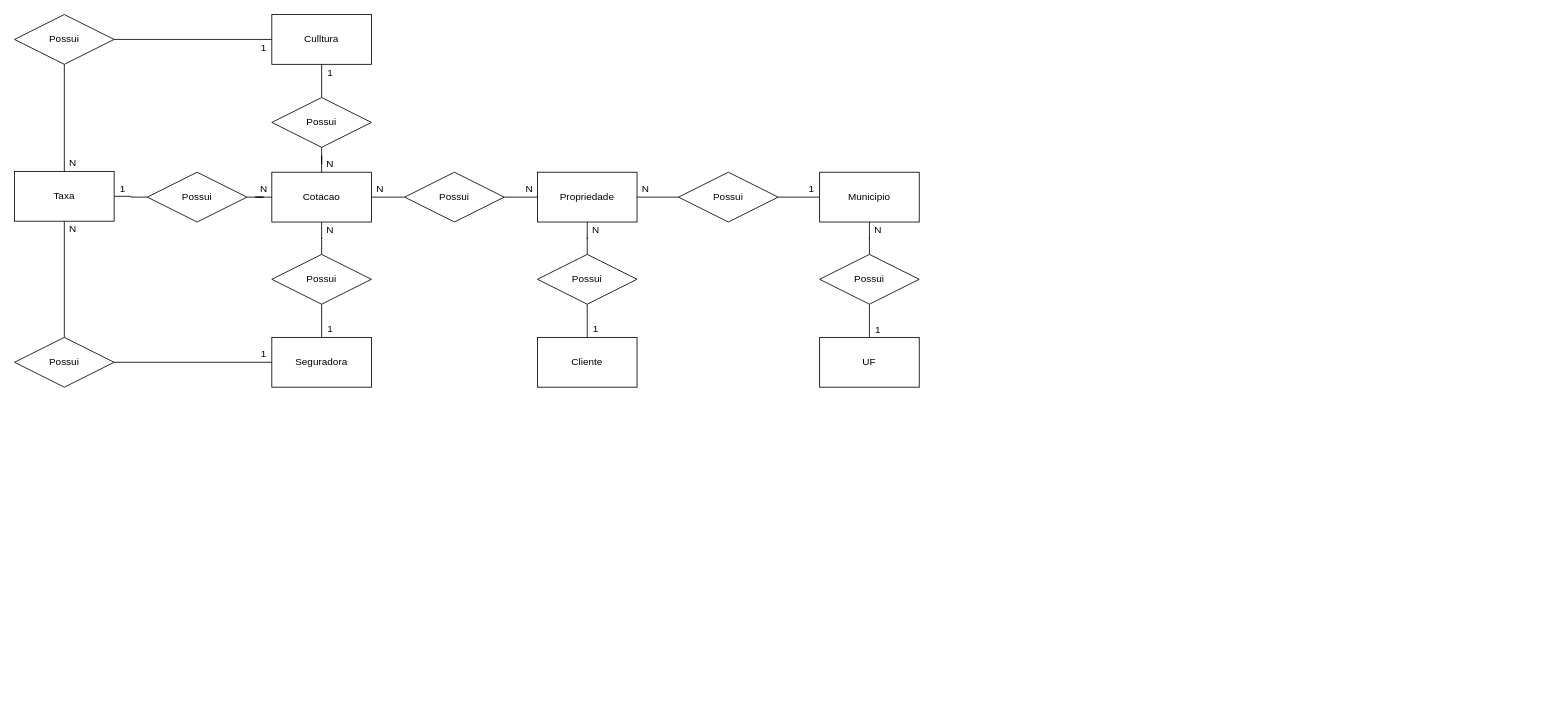
Earlier version of the draw.io diagram page "conceitual" (1 of 2) of Banco de dados/Modelagem.drawio (TecnologiaAmana/Cotador-1.0). Source tidied: cells renumbered, new cells numbered last; positions are measured from the earlier drawing's top-left corner, leaving out a move shared by most shapes. Both pictures are drawn from the tidied source at 83%, with x=0, y=0 at pixel (14, 14).
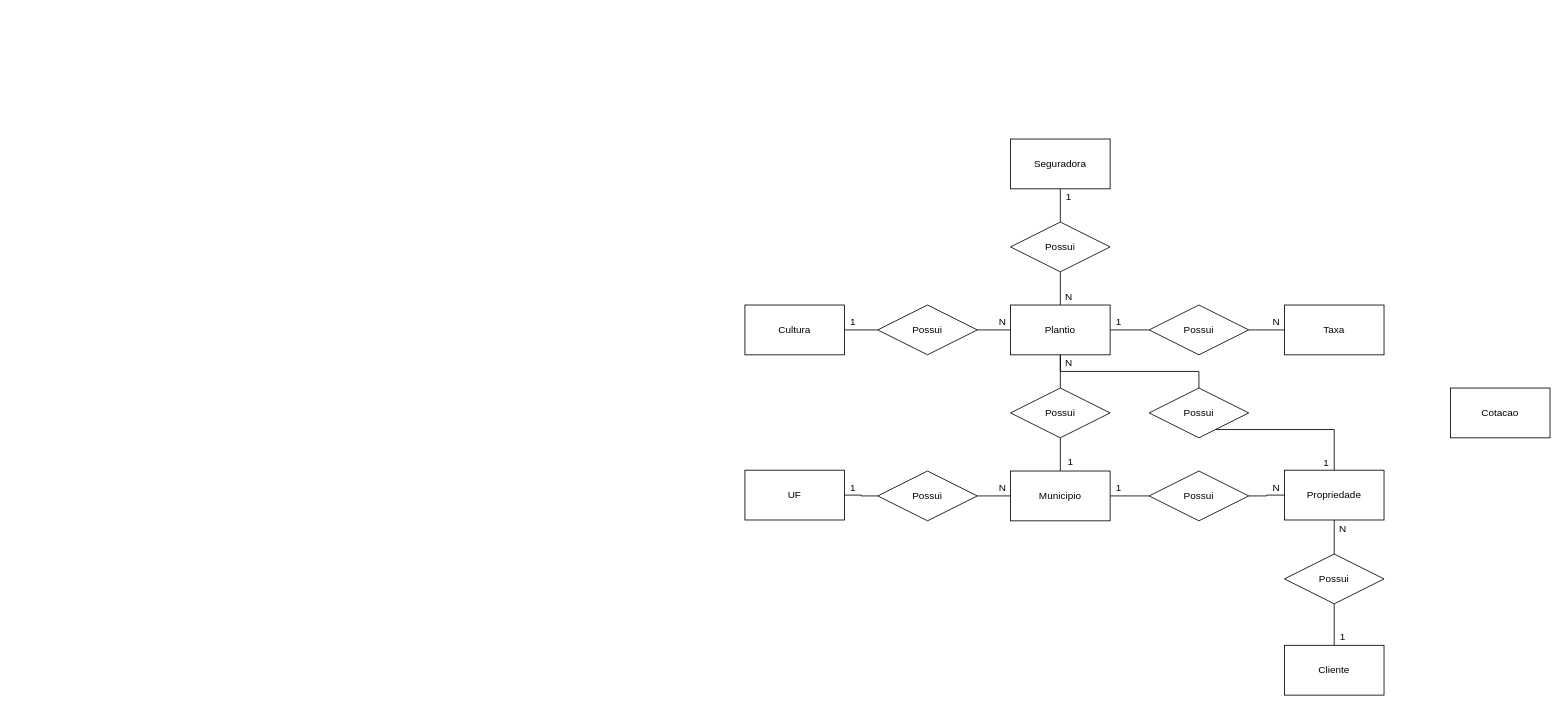
After the change.

Change to the diagram source:
```diff
@@
+    <mxCell id="55" style="edgeStyle=orthogonalEdgeStyle;rounded=0;jettySize=auto;html=1;endArrow=none;endFill=0;" parent="1" edge="1" source="17" target="86">
+      <mxGeometry relative="1" as="geometry" />
+    </mxCell>
+    <mxCell id="17" value="Cliente" style="whiteSpace=wrap;html=1;" parent="1" vertex="1">
+      <mxGeometry x="1530" y="760" width="120" height="60" as="geometry" />
+    </mxCell>
+    <mxCell id="56" style="edgeStyle=orthogonalEdgeStyle;rounded=0;jettySize=auto;html=1;endArrow=none;endFill=0;" parent="1" edge="1" source="2" target="94">
+      <mxGeometry relative="1" as="geometry">
+        <Array as="points">
+          <mxPoint x="1590" y="500" />
+        </Array>
+      </mxGeometry>
+    </mxCell>
-    <mxCell id="2" value="Propriedade" style="rounded=0;whiteSpace=wrap;html=1;" parent="1" vertex="1">
-      <mxGeometry x="630" y="190" width="120" height="60" as="geometry" />
+    <mxCell id="2" value="Propriedade" style="whiteSpace=wrap;html=1;" parent="1" vertex="1">
+      <mxGeometry x="1530" y="549" width="120" height="60" as="geometry" />
     </mxCell>
+    <mxCell id="7" value="Seguradora" style="whiteSpace=wrap;html=1;" parent="1" vertex="1">
+      <mxGeometry x="1200" y="150" width="120" height="60" as="geometry" />
+    </mxCell>
+    <mxCell id="57" style="edgeStyle=orthogonalEdgeStyle;rounded=0;jettySize=auto;html=1;endArrow=none;endFill=0;" parent="1" edge="1" source="58" target="90">
+      <mxGeometry relative="1" as="geometry" />
+    </mxCell>
+    <mxCell id="58" value="Plantio" style="whiteSpace=wrap;html=1;" parent="1" vertex="1">
+      <mxGeometry x="1200" y="350" width="120" height="60" as="geometry" />
+    </mxCell>
+    <mxCell id="59" style="edgeStyle=orthogonalEdgeStyle;rounded=0;jettySize=auto;html=1;endArrow=none;endFill=0;" parent="1" edge="1" source="44" target="78">
+      <mxGeometry relative="1" as="geometry" />
+    </mxCell>
+    <mxCell id="44" value="UF" style="whiteSpace=wrap;html=1;" parent="1" vertex="1">
+      <mxGeometry x="880" y="549" width="120" height="60" as="geometry" />
+    </mxCell>
+    <mxCell id="14" value="Cotacao" style="whiteSpace=wrap;html=1;" parent="1" vertex="1">
+      <mxGeometry x="1730" y="450" width="120" height="60" as="geometry" />
+    </mxCell>
+    <mxCell id="31" value="Taxa" style="whiteSpace=wrap;html=1;" parent="1" vertex="1">
+      <mxGeometry x="1530" y="350" width="120" height="60" as="geometry" />
+    </mxCell>
+    <mxCell id="60" style="edgeStyle=orthogonalEdgeStyle;rounded=0;jettySize=auto;html=1;endArrow=none;endFill=0;" parent="1" edge="1" source="61" target="74">
+      <mxGeometry relative="1" as="geometry" />
+    </mxCell>
+    <mxCell id="61" value="Cultura" style="whiteSpace=wrap;html=1;" parent="1" vertex="1">
+      <mxGeometry x="880" y="350" width="120" height="60" as="geometry" />
+    </mxCell>
+    <mxCell id="62" style="edgeStyle=orthogonalEdgeStyle;rounded=0;jettySize=auto;html=1;endArrow=none;endFill=0;" parent="1" edge="1" source="3" target="82">
+      <mxGeometry relative="1" as="geometry" />
+    </mxCell>
-    <mxCell id="3" value="Municipio" style="rounded=0;whiteSpace=wrap;html=1;" parent="1" vertex="1">
-      <mxGeometry x="970" y="190" width="120" height="60" as="geometry" />
+    <mxCell id="3" value="Municipio" style="whiteSpace=wrap;html=1;" parent="1" vertex="1">
+      <mxGeometry x="1200" y="550" width="120" height="60" as="geometry" />
     </mxCell>
-    <mxCell id="4" style="edgeStyle=orthogonalEdgeStyle;rounded=0;jettySize=auto;html=1;endArrow=none;endFill=0;" parent="1" edge="1" source="5" target="52">
-      <mxGeometry relative="1" as="geometry" />
-    </mxCell>
-    <mxCell id="5" value="Culltura" style="rounded=0;whiteSpace=wrap;html=1;" parent="1" vertex="1">
-      <mxGeometry x="310" width="120" height="60" as="geometry" />
-    </mxCell>
-    <mxCell id="6" style="edgeStyle=orthogonalEdgeStyle;rounded=0;jettySize=auto;html=1;endArrow=none;endFill=0;" parent="1" edge="1" source="7" target="35">
-      <mxGeometry relative="1" as="geometry" />
-    </mxCell>
-    <mxCell id="7" value="Seguradora" style="rounded=0;whiteSpace=wrap;html=1;" parent="1" vertex="1">
-      <mxGeometry x="310" y="389" width="120" height="60" as="geometry" />
-    </mxCell>
-    <mxCell id="8" value="1" style="text;html=1;align=center;verticalAlign=middle;strokeColor=none;fillColor=none;" parent="1" vertex="1">
-      <mxGeometry x="950" y="200" width="20" height="20" as="geometry" />
-    </mxCell>
-    <mxCell id="9" value="N" style="text;html=1;align=center;verticalAlign=middle;strokeColor=none;fillColor=none;" parent="1" vertex="1">
-      <mxGeometry x="750" y="200" width="20" height="20" as="geometry" />
-    </mxCell>
-    <mxCell id="10" style="edgeStyle=orthogonalEdgeStyle;rounded=0;jettySize=auto;html=1;endArrow=none;endFill=0;" parent="1" edge="1" source="12" target="2">
-      <mxGeometry relative="1" as="geometry" />
-    </mxCell>
-    <mxCell id="11" style="edgeStyle=orthogonalEdgeStyle;rounded=0;jettySize=auto;html=1;endArrow=none;endFill=0;" parent="1" edge="1" source="12" target="3">
-      <mxGeometry relative="1" as="geometry" />
-    </mxCell>
-    <mxCell id="12" value="Possui" style="shape=rhombus;perimeter=rhombusPerimeter;whiteSpace=wrap;html=1;align=center;" parent="1" vertex="1">
-      <mxGeometry x="800" y="190" width="120" height="60" as="geometry" />
-    </mxCell>
-    <mxCell id="13" style="edgeStyle=orthogonalEdgeStyle;rounded=0;jettySize=auto;html=1;endArrow=none;endFill=0;" parent="1" edge="1" source="14" target="16">
-      <mxGeometry relative="1" as="geometry" />
-    </mxCell>
-    <mxCell id="14" value="Cotacao" style="rounded=0;whiteSpace=wrap;html=1;" parent="1" vertex="1">
-      <mxGeometry x="310" y="190" width="120" height="60" as="geometry" />
-    </mxCell>
-    <mxCell id="15" style="edgeStyle=orthogonalEdgeStyle;rounded=0;jettySize=auto;html=1;endArrow=none;endFill=0;" parent="1" edge="1" source="16" target="7">
-      <mxGeometry relative="1" as="geometry" />
-    </mxCell>
-    <mxCell id="16" value="Possui" style="shape=rhombus;perimeter=rhombusPerimeter;whiteSpace=wrap;html=1;align=center;" parent="1" vertex="1">
-      <mxGeometry x="310" y="289" width="120" height="60" as="geometry" />
-    </mxCell>
-    <mxCell id="17" value="Cliente" style="whiteSpace=wrap;html=1;" parent="1" vertex="1">
-      <mxGeometry x="630" y="389" width="120" height="60" as="geometry" />
-    </mxCell>
-    <mxCell id="18" style="edgeStyle=orthogonalEdgeStyle;rounded=0;jettySize=auto;html=1;endArrow=none;endFill=0;" parent="1" edge="1" source="20" target="17">
-      <mxGeometry relative="1" as="geometry" />
-    </mxCell>
-    <mxCell id="19" style="edgeStyle=orthogonalEdgeStyle;rounded=0;jettySize=auto;html=1;endArrow=none;endFill=0;" parent="1" edge="1" source="20" target="2">
-      <mxGeometry relative="1" as="geometry" />
-    </mxCell>
-    <mxCell id="20" value="Possui" style="shape=rhombus;perimeter=rhombusPerimeter;whiteSpace=wrap;html=1;align=center;" parent="1" vertex="1">
-      <mxGeometry x="630" y="289" width="120" height="60" as="geometry" />
-    </mxCell>
-    <mxCell id="21" value="N" style="text;html=1;align=center;verticalAlign=middle;strokeColor=none;fillColor=none;" parent="1" vertex="1">
-      <mxGeometry x="690" y="250" width="20" height="20" as="geometry" />
-    </mxCell>
-    <mxCell id="22" value="1" style="text;html=1;align=center;verticalAlign=middle;strokeColor=none;fillColor=none;" parent="1" vertex="1">
-      <mxGeometry x="690" y="369" width="20" height="20" as="geometry" />
-    </mxCell>
-    <mxCell id="23" value="1" style="text;html=1;align=center;verticalAlign=middle;strokeColor=none;fillColor=none;" parent="1" vertex="1">
-      <mxGeometry x="370" y="369" width="20" height="20" as="geometry" />
-    </mxCell>
-    <mxCell id="24" style="edgeStyle=orthogonalEdgeStyle;rounded=0;jettySize=auto;html=1;endArrow=none;endFill=0;" parent="1" edge="1" source="25" target="2">
-      <mxGeometry relative="1" as="geometry" />
-    </mxCell>
-    <mxCell id="25" value="Possui" style="shape=rhombus;perimeter=rhombusPerimeter;whiteSpace=wrap;html=1;align=center;" parent="1" vertex="1">
-      <mxGeometry x="470" y="190" width="120" height="60" as="geometry" />
-    </mxCell>
-    <mxCell id="26" value="N" style="text;html=1;align=center;verticalAlign=middle;strokeColor=none;fillColor=none;" parent="1" vertex="1">
-      <mxGeometry x="370" y="250" width="20" height="20" as="geometry" />
-    </mxCell>
-    <mxCell id="27" value="N" style="text;html=1;align=center;verticalAlign=middle;strokeColor=none;fillColor=none;" parent="1" vertex="1">
-      <mxGeometry x="430" y="200" width="20" height="20" as="geometry" />
-    </mxCell>
-    <mxCell id="28" value="N" style="text;html=1;align=center;verticalAlign=middle;strokeColor=none;fillColor=none;" parent="1" vertex="1">
-      <mxGeometry x="610" y="200" width="20" height="20" as="geometry" />
-    </mxCell>
-    <mxCell id="29" style="edgeStyle=orthogonalEdgeStyle;rounded=0;jettySize=auto;html=1;endArrow=none;endFill=0;" parent="1" edge="1" source="31" target="35">
-      <mxGeometry relative="1" as="geometry" />
-    </mxCell>
-    <mxCell id="30" style="edgeStyle=orthogonalEdgeStyle;rounded=0;jettySize=auto;html=1;endArrow=none;endFill=0;" parent="1" edge="1" source="31" target="41">
-      <mxGeometry relative="1" as="geometry" />
-    </mxCell>
-    <mxCell id="31" value="Taxa" style="whiteSpace=wrap;html=1;" parent="1" vertex="1">
-      <mxGeometry y="189" width="120" height="60" as="geometry" />
-    </mxCell>
-    <mxCell id="32" style="edgeStyle=orthogonalEdgeStyle;rounded=0;jettySize=auto;html=1;endArrow=none;endFill=0;" parent="1" edge="1" source="34" target="31">
-      <mxGeometry relative="1" as="geometry" />
-    </mxCell>
-    <mxCell id="33" style="edgeStyle=orthogonalEdgeStyle;rounded=0;jettySize=auto;html=1;endArrow=none;endFill=0;" parent="1" edge="1" source="34" target="5">
-      <mxGeometry relative="1" as="geometry" />
-    </mxCell>
-    <mxCell id="34" value="Possui" style="shape=rhombus;perimeter=rhombusPerimeter;whiteSpace=wrap;html=1;align=center;" parent="1" vertex="1">
-      <mxGeometry width="120" height="60" as="geometry" />
-    </mxCell>
-    <mxCell id="35" value="Possui" style="shape=rhombus;perimeter=rhombusPerimeter;whiteSpace=wrap;html=1;align=center;" parent="1" vertex="1">
-      <mxGeometry y="389" width="120" height="60" as="geometry" />
-    </mxCell>
-    <mxCell id="36" value="1" style="text;html=1;align=center;verticalAlign=middle;strokeColor=none;fillColor=none;" parent="1" vertex="1">
-      <mxGeometry x="370" y="60" width="20" height="20" as="geometry" />
-    </mxCell>
-    <mxCell id="37" value="N" style="text;html=1;align=center;verticalAlign=middle;strokeColor=none;fillColor=none;" parent="1" vertex="1">
-      <mxGeometry x="60" y="169" width="20" height="20" as="geometry" />
-    </mxCell>
-    <mxCell id="38" value="N" style="text;html=1;align=center;verticalAlign=middle;strokeColor=none;fillColor=none;" parent="1" vertex="1">
-      <mxGeometry x="60" y="249" width="20" height="20" as="geometry" />
-    </mxCell>
-    <mxCell id="39" value="1" style="text;html=1;align=center;verticalAlign=middle;strokeColor=none;fillColor=none;" parent="1" vertex="1">
-      <mxGeometry x="290" y="399" width="20" height="20" as="geometry" />
-    </mxCell>
-    <mxCell id="40" style="edgeStyle=orthogonalEdgeStyle;rounded=0;jettySize=auto;html=1;endArrow=none;endFill=0;" parent="1" edge="1" source="41" target="14">
-      <mxGeometry relative="1" as="geometry" />
-    </mxCell>
-    <mxCell id="41" value="Possui" style="shape=rhombus;perimeter=rhombusPerimeter;whiteSpace=wrap;html=1;align=center;" parent="1" vertex="1">
-      <mxGeometry x="160" y="190" width="120" height="60" as="geometry" />
-    </mxCell>
-    <mxCell id="42" value="1" style="text;html=1;align=center;verticalAlign=middle;strokeColor=none;fillColor=none;" parent="1" vertex="1">
-      <mxGeometry x="120" y="200" width="20" height="20" as="geometry" />
-    </mxCell>
-    <mxCell id="43" value="N" style="text;html=1;align=center;verticalAlign=middle;strokeColor=none;fillColor=none;" parent="1" vertex="1">
-      <mxGeometry x="290" y="200" width="20" height="20" as="geometry" />
-    </mxCell>
-    <mxCell id="44" value="UF" style="whiteSpace=wrap;html=1;" parent="1" vertex="1">
-      <mxGeometry x="970" y="389" width="120" height="60" as="geometry" />
-    </mxCell>
-    <mxCell id="45" style="edgeStyle=orthogonalEdgeStyle;rounded=0;jettySize=auto;html=1;endArrow=none;endFill=0;" parent="1" edge="1" source="47" target="3">
-      <mxGeometry relative="1" as="geometry" />
-    </mxCell>
-    <mxCell id="46" style="edgeStyle=orthogonalEdgeStyle;rounded=0;jettySize=auto;html=1;endArrow=none;endFill=0;" parent="1" edge="1" source="47" target="44">
-      <mxGeometry relative="1" as="geometry" />
-    </mxCell>
-    <mxCell id="47" value="Possui" style="shape=rhombus;perimeter=rhombusPerimeter;whiteSpace=wrap;html=1;align=center;" parent="1" vertex="1">
-      <mxGeometry x="970" y="289" width="120" height="60" as="geometry" />
-    </mxCell>
-    <mxCell id="48" value="1" style="text;html=1;align=center;verticalAlign=middle;strokeColor=none;fillColor=none;" parent="1" vertex="1">
-      <mxGeometry x="1030" y="370" width="20" height="20" as="geometry" />
-    </mxCell>
-    <mxCell id="49" value="N" style="text;html=1;align=center;verticalAlign=middle;strokeColor=none;fillColor=none;" parent="1" vertex="1">
-      <mxGeometry x="1030" y="250" width="20" height="20" as="geometry" />
-    </mxCell>
-    <mxCell id="50" style="edgeStyle=orthogonalEdgeStyle;rounded=0;jettySize=auto;html=1;endArrow=none;endFill=0;" parent="1" edge="1" source="14" target="25">
-      <mxGeometry relative="1" as="geometry" />
-    </mxCell>
-    <mxCell id="51" style="edgeStyle=orthogonalEdgeStyle;rounded=0;jettySize=auto;html=1;entryX=0.5;entryY=0.667;entryDx=0;entryDy=0;entryPerimeter=0;endArrow=none;endFill=0;" parent="1" edge="1" source="14" target="52">
-      <mxGeometry relative="1" as="geometry" />
-    </mxCell>
-    <mxCell id="52" value="Possui" style="shape=rhombus;perimeter=rhombusPerimeter;whiteSpace=wrap;html=1;align=center;" parent="1" vertex="1">
-      <mxGeometry x="310" y="100" width="120" height="60" as="geometry" />
-    </mxCell>
-    <mxCell id="53" value="N" style="text;html=1;align=center;verticalAlign=middle;strokeColor=none;fillColor=none;" parent="1" vertex="1">
-      <mxGeometry x="370" y="170" width="20" height="20" as="geometry" />
-    </mxCell>
-    <mxCell id="54" value="1" style="text;html=1;align=center;verticalAlign=middle;strokeColor=none;fillColor=none;" parent="1" vertex="1">
-      <mxGeometry x="290" y="30" width="20" height="20" as="geometry" />
-    </mxCell>
+    <mxCell id="63" style="edgeStyle=orthogonalEdgeStyle;rounded=0;jettySize=auto;html=1;endArrow=none;endFill=0;" parent="1" edge="1" source="65" target="58">
+      <mxGeometry relative="1" as="geometry" />
+    </mxCell>
+    <mxCell id="64" style="edgeStyle=orthogonalEdgeStyle;rounded=0;jettySize=auto;html=1;endArrow=none;endFill=0;" parent="1" edge="1" source="65" target="7">
+      <mxGeometry relative="1" as="geometry" />
+    </mxCell>
+    <mxCell id="65" value="Possui" style="shape=rhombus;perimeter=rhombusPerimeter;whiteSpace=wrap;html=1;align=center;" parent="1" vertex="1">
+      <mxGeometry x="1200" y="250" width="120" height="60" as="geometry" />
+    </mxCell>
+    <mxCell id="66" value="1" style="text;html=1;align=center;verticalAlign=middle;strokeColor=none;fillColor=none;" parent="1" vertex="1">
+      <mxGeometry x="1260" y="210" width="20" height="20" as="geometry" />
+    </mxCell>
+    <mxCell id="67" value="N" style="text;html=1;align=center;verticalAlign=middle;strokeColor=none;fillColor=none;" parent="1" vertex="1">
+      <mxGeometry x="1260" y="330" width="20" height="20" as="geometry" />
+    </mxCell>
+    <mxCell id="68" style="edgeStyle=orthogonalEdgeStyle;rounded=0;jettySize=auto;html=1;endArrow=none;endFill=0;" parent="1" edge="1" source="70" target="58">
+      <mxGeometry relative="1" as="geometry" />
+    </mxCell>
+    <mxCell id="69" style="edgeStyle=orthogonalEdgeStyle;rounded=0;jettySize=auto;html=1;endArrow=none;endFill=0;" parent="1" edge="1" source="70" target="3">
+      <mxGeometry relative="1" as="geometry" />
+    </mxCell>
+    <mxCell id="70" value="Possui" style="shape=rhombus;perimeter=rhombusPerimeter;whiteSpace=wrap;html=1;align=center;" parent="1" vertex="1">
+      <mxGeometry x="1200" y="450" width="120" height="60" as="geometry" />
+    </mxCell>
+    <mxCell id="71" value="N" style="text;html=1;align=center;verticalAlign=middle;strokeColor=none;fillColor=none;" parent="1" vertex="1">
+      <mxGeometry x="1260" y="410" width="20" height="20" as="geometry" />
+    </mxCell>
+    <mxCell id="72" value="1" style="text;html=1;align=center;verticalAlign=middle;strokeColor=none;fillColor=none;" parent="1" vertex="1">
+      <mxGeometry x="1262" y="529" width="20" height="20" as="geometry" />
+    </mxCell>
+    <mxCell id="73" style="edgeStyle=orthogonalEdgeStyle;rounded=0;jettySize=auto;html=1;endArrow=none;endFill=0;" parent="1" edge="1" source="74" target="58">
+      <mxGeometry relative="1" as="geometry" />
+    </mxCell>
+    <mxCell id="74" value="Possui" style="shape=rhombus;perimeter=rhombusPerimeter;whiteSpace=wrap;html=1;align=center;" parent="1" vertex="1">
+      <mxGeometry x="1040" y="350" width="120" height="60" as="geometry" />
+    </mxCell>
+    <mxCell id="75" value="N" style="text;html=1;align=center;verticalAlign=middle;strokeColor=none;fillColor=none;" parent="1" vertex="1">
+      <mxGeometry x="1180" y="360" width="20" height="20" as="geometry" />
+    </mxCell>
+    <mxCell id="76" value="1" style="text;html=1;align=center;verticalAlign=middle;strokeColor=none;fillColor=none;" parent="1" vertex="1">
+      <mxGeometry x="1000" y="360" width="20" height="20" as="geometry" />
+    </mxCell>
+    <mxCell id="77" style="edgeStyle=orthogonalEdgeStyle;rounded=0;jettySize=auto;html=1;endArrow=none;endFill=0;" parent="1" edge="1" source="78" target="3">
+      <mxGeometry relative="1" as="geometry" />
+    </mxCell>
+    <mxCell id="78" value="Possui" style="shape=rhombus;perimeter=rhombusPerimeter;whiteSpace=wrap;html=1;align=center;" parent="1" vertex="1">
+      <mxGeometry x="1040" y="550" width="120" height="60" as="geometry" />
+    </mxCell>
+    <mxCell id="79" value="1" style="text;html=1;align=center;verticalAlign=middle;strokeColor=none;fillColor=none;" parent="1" vertex="1">
+      <mxGeometry x="1000" y="560" width="20" height="20" as="geometry" />
+    </mxCell>
+    <mxCell id="80" value="N" style="text;html=1;align=center;verticalAlign=middle;strokeColor=none;fillColor=none;" parent="1" vertex="1">
+      <mxGeometry x="1180" y="560" width="20" height="20" as="geometry" />
+    </mxCell>
+    <mxCell id="81" style="edgeStyle=orthogonalEdgeStyle;rounded=0;jettySize=auto;html=1;endArrow=none;endFill=0;" parent="1" edge="1" source="82" target="2">
+      <mxGeometry relative="1" as="geometry" />
+    </mxCell>
+    <mxCell id="82" value="Possui" style="shape=rhombus;perimeter=rhombusPerimeter;whiteSpace=wrap;html=1;align=center;" parent="1" vertex="1">
+      <mxGeometry x="1367" y="550" width="120" height="60" as="geometry" />
+    </mxCell>
+    <mxCell id="83" value="1" style="text;html=1;align=center;verticalAlign=middle;strokeColor=none;fillColor=none;" parent="1" vertex="1">
+      <mxGeometry x="1320" y="560" width="20" height="20" as="geometry" />
+    </mxCell>
+    <mxCell id="84" value="N" style="text;html=1;align=center;verticalAlign=middle;strokeColor=none;fillColor=none;" parent="1" vertex="1">
+      <mxGeometry x="1510" y="560" width="20" height="20" as="geometry" />
+    </mxCell>
+    <mxCell id="85" style="edgeStyle=orthogonalEdgeStyle;rounded=0;jettySize=auto;html=1;endArrow=none;endFill=0;" parent="1" edge="1" source="86" target="2">
+      <mxGeometry relative="1" as="geometry" />
+    </mxCell>
+    <mxCell id="86" value="Possui" style="shape=rhombus;perimeter=rhombusPerimeter;whiteSpace=wrap;html=1;align=center;" parent="1" vertex="1">
+      <mxGeometry x="1530" y="650" width="120" height="60" as="geometry" />
+    </mxCell>
+    <mxCell id="87" value="N" style="text;html=1;align=center;verticalAlign=middle;strokeColor=none;fillColor=none;" parent="1" vertex="1">
+      <mxGeometry x="1590" y="610" width="20" height="20" as="geometry" />
+    </mxCell>
+    <mxCell id="88" value="1" style="text;html=1;align=center;verticalAlign=middle;strokeColor=none;fillColor=none;" parent="1" vertex="1">
+      <mxGeometry x="1590" y="740" width="20" height="20" as="geometry" />
+    </mxCell>
+    <mxCell id="89" style="edgeStyle=orthogonalEdgeStyle;rounded=0;jettySize=auto;html=1;endArrow=none;endFill=0;" parent="1" edge="1" source="90" target="31">
+      <mxGeometry relative="1" as="geometry" />
+    </mxCell>
+    <mxCell id="90" value="Possui" style="shape=rhombus;perimeter=rhombusPerimeter;whiteSpace=wrap;html=1;align=center;" parent="1" vertex="1">
+      <mxGeometry x="1367" y="350" width="120" height="60" as="geometry" />
+    </mxCell>
+    <mxCell id="91" value="N" style="text;html=1;align=center;verticalAlign=middle;strokeColor=none;fillColor=none;" parent="1" vertex="1">
+      <mxGeometry x="1510" y="360" width="20" height="20" as="geometry" />
+    </mxCell>
+    <mxCell id="92" value="1" style="text;html=1;align=center;verticalAlign=middle;strokeColor=none;fillColor=none;" parent="1" vertex="1">
+      <mxGeometry x="1320" y="360" width="20" height="20" as="geometry" />
+    </mxCell>
+    <mxCell id="93" style="edgeStyle=orthogonalEdgeStyle;rounded=0;jettySize=auto;html=1;endArrow=none;endFill=0;" parent="1" edge="1" source="94" target="58">
+      <mxGeometry relative="1" as="geometry">
+        <Array as="points">
+          <mxPoint x="1427" y="430" />
+          <mxPoint x="1260" y="430" />
+        </Array>
+      </mxGeometry>
+    </mxCell>
+    <mxCell id="94" value="Possui" style="shape=rhombus;perimeter=rhombusPerimeter;whiteSpace=wrap;html=1;align=center;" parent="1" vertex="1">
+      <mxGeometry x="1367" y="450" width="120" height="60" as="geometry" />
+    </mxCell>
+    <mxCell id="95" value="1" style="text;html=1;align=center;verticalAlign=middle;strokeColor=none;fillColor=none;" parent="1" vertex="1">
+      <mxGeometry x="1570" y="530" width="20" height="20" as="geometry" />
+    </mxCell>
```
